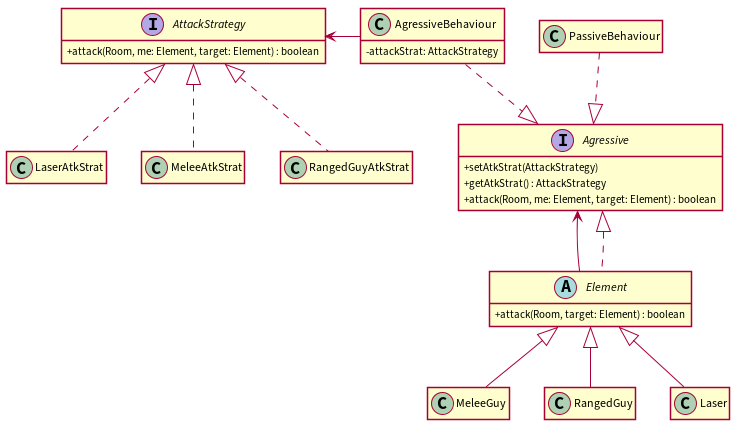
Earlier version of the PlantUML export docs/uml/attack_strategy.png (JoaoCostaIFG/LPOO).
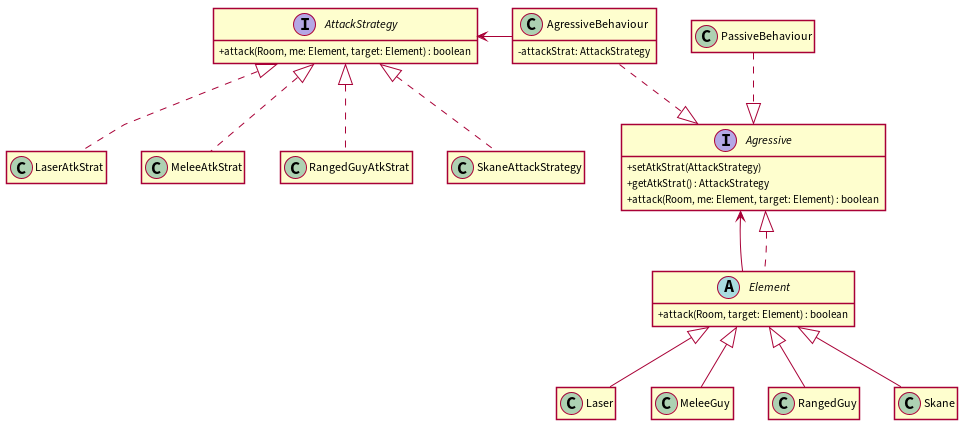
The same diagram one commit later.

Commit message:
Update: finished attack strategy report sectiona dn uml class diagram.

What changed in the source:
```diff
@@ -20,9 +20,11 @@
 - attackStrat: AttackStrategy
 }
 class PassiveBehaviour {}
+
+class Laser {}
 class MeleeGuy {}
 class RangedGuy {}
-class Laser {}
+class Skane {}
 
 
 interface AttackStrategy {
@@ -32,6 +34,7 @@
 class LaserAtkStrat {}
 class MeleeAtkStrat {}
 class RangedGuyAtkStrat {}
+class SkaneAttackStrategy {}
 
 
 AgressiveBehaviour .down.^ Agressive
@@ -43,10 +46,12 @@
 Laser -up-^ Element
 MeleeGuy -up-^ Element
 RangedGuy -up-^ Element
+Skane -up-^ Element
 
 LaserAtkStrat .up.^ AttackStrategy
 MeleeAtkStrat .up.^ AttackStrategy
 RangedGuyAtkStrat .up.^ AttackStrategy
+SkaneAttackStrategy .up.^ AttackStrategy
 
 AgressiveBehaviour -left-> AttackStrategy
 
```
